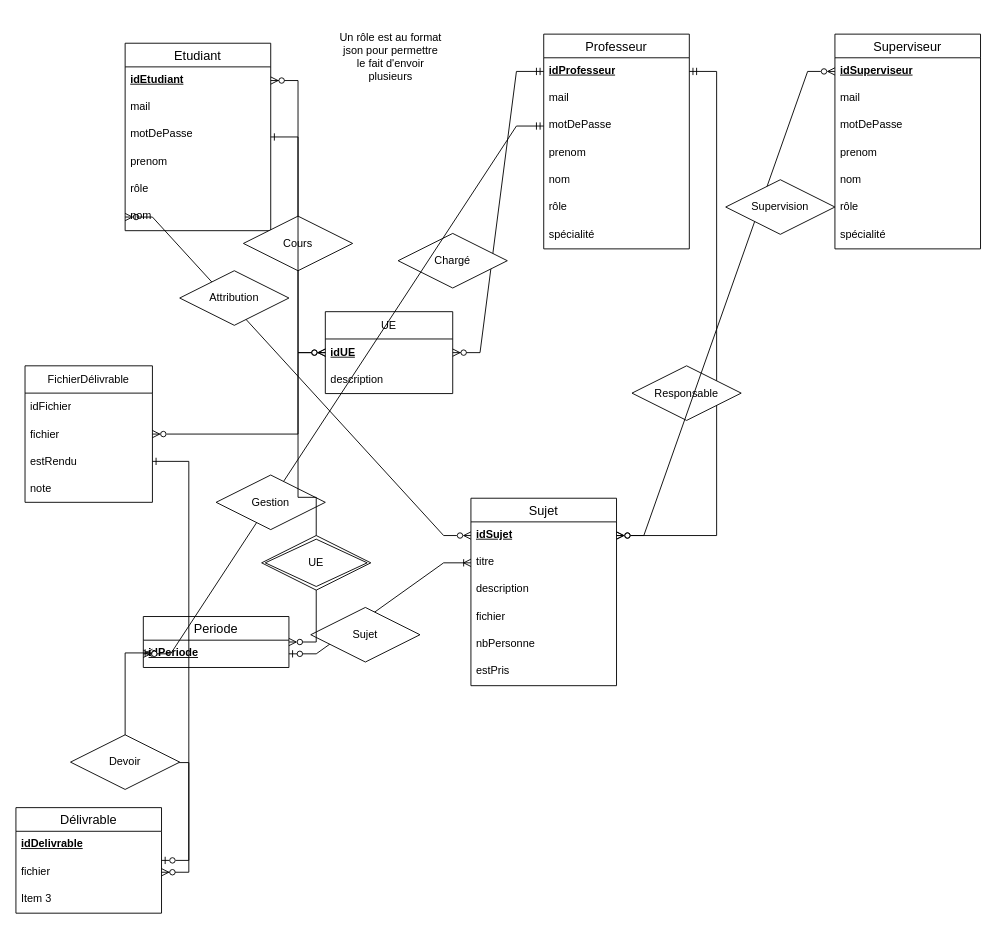
This is page "Schéma entité-relation" (2 of 2) of Docs/diagrammes/entiteRelationBD.drawio from Eragon6080/ProjetLogiciel2024, a draw.io file, before an edit. Source tidied: cells renumbered, new cells numbered last; positions are measured from the earlier drawing's top-left corner, leaving out a move shared by most shapes. Both pictures are drawn from the tidied source at 91%, with x=0, y=0 at pixel (15, 15).
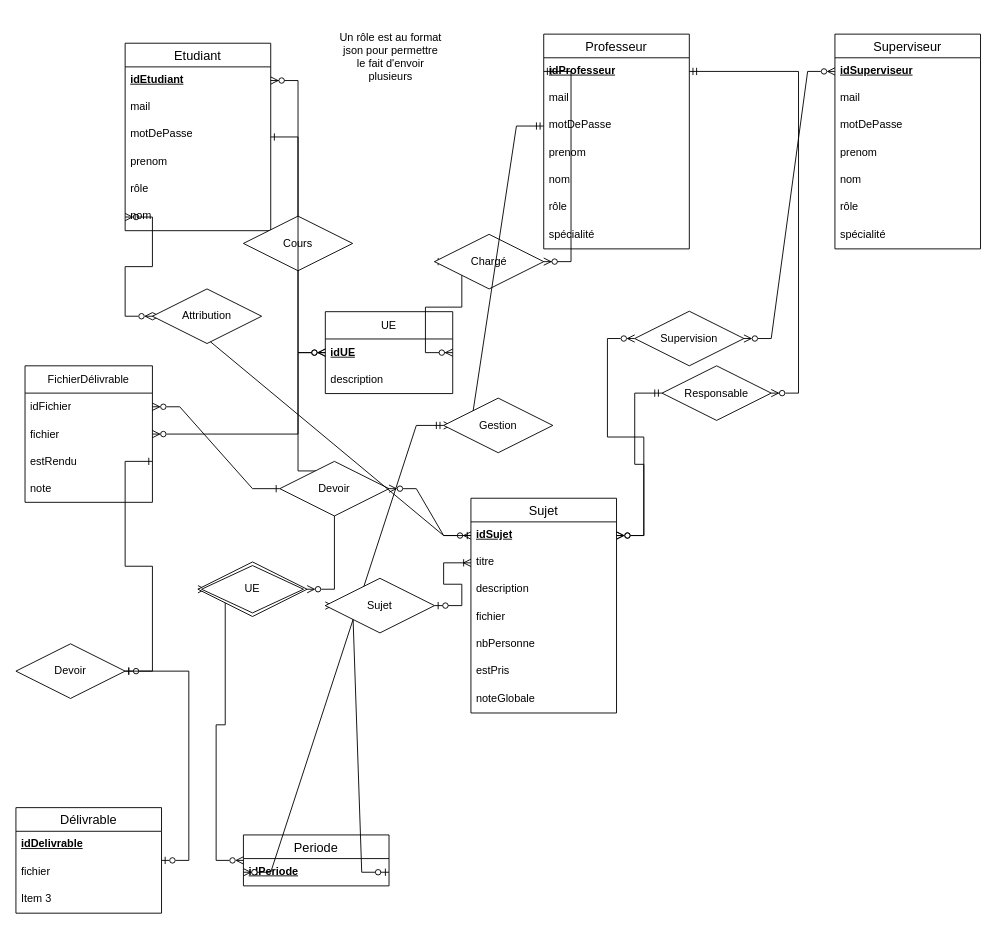
Above is the later version.

The change refers to these unchanged cells:
```xml
<mxCell id="8" value="nom" style="text;strokeColor=none;fillColor=none;spacingLeft=4;spacingRight=4;overflow=hidden;points=[[0,0.5],[1,0.5]];portConstraint=eastwest;fontSize=12;whiteSpace=wrap;html=1;" parent="2" vertex="1">
  <mxGeometry y="176" width="160" height="30" as="geometry" />
</mxCell>
<mxCell id="10" value="&lt;u&gt;&lt;b&gt;idProfesseur&lt;/b&gt;&lt;/u&gt;" style="text;strokeColor=none;fillColor=none;spacingLeft=4;spacingRight=4;overflow=hidden;points=[[0,0.5],[1,0.5]];portConstraint=eastwest;fontSize=12;whiteSpace=wrap;html=1;" parent="9" vertex="1">
  <mxGeometry y="26" width="160" height="30" as="geometry" />
</mxCell>
<mxCell id="12" value="motDePasse" style="text;strokeColor=none;fillColor=none;spacingLeft=4;spacingRight=4;overflow=hidden;points=[[0,0.5],[1,0.5]];portConstraint=eastwest;fontSize=12;whiteSpace=wrap;html=1;" parent="9" vertex="1">
  <mxGeometry y="86" width="160" height="30" as="geometry" />
</mxCell>
<mxCell id="18" value="idUE" style="text;strokeColor=none;fillColor=none;align=left;verticalAlign=middle;spacingLeft=4;spacingRight=4;overflow=hidden;points=[[0,0.5],[1,0.5]];portConstraint=eastwest;whiteSpace=wrap;html=1;fontStyle=5;" parent="17" vertex="1">
  <mxGeometry y="30" width="140" height="30" as="geometry" />
</mxCell>
<mxCell id="25" value="idSujet" style="text;strokeColor=none;fillColor=none;spacingLeft=4;spacingRight=4;overflow=hidden;points=[[0,0.5],[1,0.5]];portConstraint=eastwest;fontSize=12;whiteSpace=wrap;html=1;fontStyle=5;" parent="24" vertex="1">
  <mxGeometry y="26" width="160" height="30" as="geometry" />
</mxCell>
<mxCell id="26" value="titre" style="text;strokeColor=none;fillColor=none;spacingLeft=4;spacingRight=4;overflow=hidden;points=[[0,0.5],[1,0.5]];portConstraint=eastwest;fontSize=12;whiteSpace=wrap;html=1;" parent="24" vertex="1">
  <mxGeometry y="56" width="160" height="30" as="geometry" />
</mxCell>
<mxCell id="35" value="idPeriode" style="text;strokeColor=none;fillColor=none;spacingLeft=4;spacingRight=4;overflow=hidden;points=[[0,0.5],[1,0.5]];portConstraint=eastwest;fontSize=12;whiteSpace=wrap;html=1;fontStyle=5;" parent="34" vertex="1">
  <mxGeometry y="26" width="160" height="30" as="geometry" />
</mxCell>
<mxCell id="41" value="Délivrable" style="swimlane;fontStyle=0;horizontal=1;startSize=26;align=center;fontSize=14;" parent="1" vertex="1">
  <mxGeometry y="870" width="160" height="116" as="geometry" />
</mxCell>
<mxCell id="43" value="fichier" style="text;strokeColor=none;fillColor=none;spacingLeft=4;spacingRight=4;overflow=hidden;points=[[0,0.5],[1,0.5]];portConstraint=eastwest;fontSize=12;whiteSpace=wrap;html=1;" parent="41" vertex="1">
  <mxGeometry y="56" width="160" height="30" as="geometry" />
</mxCell>
<mxCell id="49" value="&lt;u&gt;&lt;b&gt;idSuperviseur&lt;/b&gt;&lt;/u&gt;" style="text;strokeColor=none;fillColor=none;spacingLeft=4;spacingRight=4;overflow=hidden;points=[[0,0.5],[1,0.5]];portConstraint=eastwest;fontSize=12;whiteSpace=wrap;html=1;" parent="48" vertex="1">
  <mxGeometry y="26" width="160" height="30" as="geometry" />
</mxCell>
<mxCell id="59" value="idFichier" style="text;strokeColor=none;fillColor=none;align=left;verticalAlign=middle;spacingLeft=4;spacingRight=4;overflow=hidden;points=[[0,0.5],[1,0.5]];portConstraint=eastwest;whiteSpace=wrap;html=1;" parent="58" vertex="1">
  <mxGeometry y="30" width="140" height="30" as="geometry" />
</mxCell>
<mxCell id="61" value="estRendu" style="text;strokeColor=none;fillColor=none;align=left;verticalAlign=middle;spacingLeft=4;spacingRight=4;overflow=hidden;points=[[0,0.5],[1,0.5]];portConstraint=eastwest;whiteSpace=wrap;html=1;" parent="58" vertex="1">
  <mxGeometry y="90" width="140" height="30" as="geometry" />
</mxCell>
```

Diff of the diagram source:
```diff
@@
-    <mxCell id="21" style="edgeStyle=entityRelationEdgeStyle;fontSize=12;html=1;endArrow=ERzeroToMany;startArrow=ERmandOne;rounded=0;entryX=1;entryY=0.5;entryDx=0;entryDy=0;exitX=0;exitY=0.5;exitDx=0;exitDy=0;" parent="1" edge="1" source="10" target="18">
+    <mxCell id="21" style="edgeStyle=entityRelationEdgeStyle;fontSize=12;html=1;endArrow=ERzeroToMany;startArrow=ERmandOne;rounded=0;entryX=1;entryY=0.5;entryDx=0;entryDy=0;exitX=0;exitY=0.5;exitDx=0;exitDy=0;" parent="1" edge="1" source="23" target="18">
       <mxGeometry relative="1" as="geometry" />
     </mxCell>
@@
-    <mxCell id="23" value="Chargé" style="shape=rhombus;perimeter=rhombusPerimeter;whiteSpace=wrap;html=1;align=center;" parent="1" vertex="1">
-      <mxGeometry x="420" y="239" width="120" height="60" as="geometry" />
-    </mxCell>
     <mxCell id="24" value="Sujet" style="swimlane;fontStyle=0;horizontal=1;startSize=26;align=center;fontSize=14;" parent="1" vertex="1">
-      <mxGeometry x="500" y="530" width="160" height="206" as="geometry" />
+      <mxGeometry x="500" y="530" width="160" height="236" as="geometry" />
     </mxCell>
@@
+    <mxCell id="67" value="noteGlobale" style="text;strokeColor=none;fillColor=none;spacingLeft=4;spacingRight=4;overflow=hidden;fontSize=12;whiteSpace=wrap;html=1;" parent="24" vertex="1">
+      <mxGeometry y="206" width="160" height="30" as="geometry" />
+    </mxCell>
-    <mxCell id="31" style="edgeStyle=entityRelationEdgeStyle;fontSize=12;html=1;endArrow=ERmandOne;endFill=0;startArrow=ERzeroToMany;rounded=0;startFill=0;" parent="1" edge="1" source="25" target="10">
+    <mxCell id="31" style="edgeStyle=entityRelationEdgeStyle;fontSize=12;html=1;endArrow=ERmandOne;endFill=0;startArrow=ERzeroToMany;rounded=0;startFill=0;" parent="1" edge="1" source="32" target="10">
       <mxGeometry relative="1" as="geometry" />
     </mxCell>
-    <mxCell id="32" value="Responsable" style="shape=rhombus;perimeter=rhombusPerimeter;whiteSpace=wrap;html=1;align=center;" parent="1" vertex="1">
-      <mxGeometry x="677" y="384.5" width="120" height="60" as="geometry" />
-    </mxCell>
-    <mxCell id="33" style="edgeStyle=entityRelationEdgeStyle;fontSize=12;html=1;endArrow=ERzeroToMany;startArrow=ERzeroToMany;rounded=0;exitX=0;exitY=0.5;exitDx=0;exitDy=0;entryX=0;entryY=0.5;entryDx=0;entryDy=0;startFill=0;endFill=0;" parent="1" edge="1" source="25" target="8">
+    <mxCell id="33" style="edgeStyle=entityRelationEdgeStyle;fontSize=12;html=1;endArrow=ERzeroToMany;startArrow=ERzeroToMany;rounded=0;exitX=0;exitY=0.5;exitDx=0;exitDy=0;entryX=0;entryY=0.5;entryDx=0;entryDy=0;startFill=0;endFill=0;" parent="1" edge="1" source="36" target="8">
       <mxGeometry relative="1" as="geometry">
         <Array as="points">
-          <mxPoint x="140" y="480" />
-          <mxPoint x="160" y="470" />
           <mxPoint x="180" y="470" />
         </Array>
       </mxGeometry>
     </mxCell>
     <mxCell id="34" value="Periode" style="swimlane;fontStyle=0;horizontal=1;startSize=26;align=center;fontSize=14;" parent="1" vertex="1">
-      <mxGeometry x="140" y="660" width="160" height="56" as="geometry" />
+      <mxGeometry x="250" y="900" width="160" height="56" as="geometry" />
     </mxCell>
@@
-    <mxCell id="36" value="Attribution" style="shape=rhombus;perimeter=rhombusPerimeter;whiteSpace=wrap;html=1;align=center;" parent="1" vertex="1">
-      <mxGeometry x="180" y="280" width="120" height="60" as="geometry" />
-    </mxCell>
-    <mxCell id="37" style="edgeStyle=entityRelationEdgeStyle;fontSize=12;html=1;endArrow=ERoneToMany;startArrow=ERzeroToOne;rounded=0;entryX=0;entryY=0.5;entryDx=0;entryDy=0;exitX=1;exitY=0.5;exitDx=0;exitDy=0;" parent="1" edge="1" source="35" target="26">
+    <mxCell id="37" style="edgeStyle=entityRelationEdgeStyle;fontSize=12;html=1;endArrow=ERoneToMany;startArrow=ERzeroToOne;rounded=0;entryX=0;entryY=0.5;entryDx=0;entryDy=0;exitX=1;exitY=0.5;exitDx=0;exitDy=0;" parent="1" edge="1" source="38" target="26">
       <mxGeometry relative="1" as="geometry" />
     </mxCell>
-    <mxCell id="38" value="Sujet" style="shape=rhombus;perimeter=rhombusPerimeter;whiteSpace=wrap;html=1;align=center;" parent="1" vertex="1">
-      <mxGeometry x="324" y="650" width="120" height="60" as="geometry" />
-    </mxCell>
-    <mxCell id="39" style="edgeStyle=entityRelationEdgeStyle;fontSize=12;html=1;endArrow=ERzeroToMany;startArrow=ERmandOne;rounded=0;exitX=0;exitY=0.5;exitDx=0;exitDy=0;entryX=0;entryY=0.5;entryDx=0;entryDy=0;" parent="1" edge="1" source="12" target="35">
+    <mxCell id="39" style="edgeStyle=entityRelationEdgeStyle;fontSize=12;html=1;endArrow=ERzeroToMany;startArrow=ERmandOne;rounded=0;exitX=0;exitY=0.5;exitDx=0;exitDy=0;entryX=0;entryY=0.5;entryDx=0;entryDy=0;" parent="1" edge="1" source="40" target="35">
       <mxGeometry relative="1" as="geometry">
         <Array as="points">
           <mxPoint x="560" y="450" />
           <mxPoint x="590" y="450" />
         </Array>
       </mxGeometry>
     </mxCell>
-    <mxCell id="40" value="Gestion" style="shape=rhombus;perimeter=rhombusPerimeter;whiteSpace=wrap;html=1;align=center;" parent="1" vertex="1">
-      <mxGeometry x="220" y="504.5" width="120" height="60" as="geometry" />
-    </mxCell>
@@
-    <mxCell id="45" style="edgeStyle=entityRelationEdgeStyle;fontSize=12;html=1;endArrow=ERoneToMany;startArrow=ERzeroToMany;rounded=0;exitX=1;exitY=0.5;exitDx=0;exitDy=0;" parent="1" edge="1" source="43">
-      <mxGeometry relative="1" as="geometry">
-        <mxPoint x="150" y="700" as="targetPoint" />
-      </mxGeometry>
-    </mxCell>
-    <mxCell id="46" value="Devoir" style="shape=rhombus;perimeter=rhombusPerimeter;whiteSpace=wrap;html=1;align=center;" parent="1" vertex="1">
-      <mxGeometry x="60" y="790" width="120" height="60" as="geometry" />
-    </mxCell>
@@
-    <mxCell id="56" style="edgeStyle=entityRelationEdgeStyle;fontSize=12;html=1;endArrow=ERzeroToMany;endFill=0;startArrow=ERzeroToMany;rounded=0;startFill=0;" parent="1" edge="1" source="25" target="49">
+    <mxCell id="56" style="edgeStyle=entityRelationEdgeStyle;fontSize=12;html=1;endArrow=ERzeroToMany;endFill=0;startArrow=ERzeroToMany;rounded=0;startFill=0;" parent="1" edge="1" source="57" target="49">
       <mxGeometry relative="1" as="geometry" />
     </mxCell>
-    <mxCell id="57" value="Supervision" style="shape=rhombus;perimeter=rhombusPerimeter;whiteSpace=wrap;html=1;align=center;" parent="1" vertex="1">
-      <mxGeometry x="780" y="180" width="120" height="60" as="geometry" />
-    </mxCell>
@@
-    <mxCell id="64" style="edgeStyle=entityRelationEdgeStyle;fontSize=12;html=1;endArrow=ERone;endFill=0;rounded=0;startArrow=ERzeroToOne;startFill=0;entryX=1;entryY=0.5;entryDx=0;entryDy=0;" parent="1" edge="1" source="41" target="61">
+    <mxCell id="64" style="edgeStyle=entityRelationEdgeStyle;fontSize=12;html=1;endArrow=ERone;endFill=0;rounded=0;startArrow=ERzeroToOne;startFill=0;entryX=1;entryY=0.5;entryDx=0;entryDy=0;" parent="1" edge="1" source="46" target="61">
       <mxGeometry relative="1" as="geometry" />
     </mxCell>
-    <mxCell id="65" style="edgeStyle=entityRelationEdgeStyle;fontSize=12;html=1;endArrow=ERzeroToMany;endFill=0;rounded=0;entryX=0;entryY=0.5;entryDx=0;entryDy=0;startArrow=ERzeroToMany;startFill=0;" parent="1" edge="1" source="34" target="18">
+    <mxCell id="65" style="edgeStyle=entityRelationEdgeStyle;fontSize=12;html=1;endArrow=ERzeroToMany;endFill=0;rounded=0;entryX=0;entryY=0.5;entryDx=0;entryDy=0;startArrow=ERzeroToMany;startFill=0;" parent="1" edge="1" source="66" target="18">
       <mxGeometry relative="1" as="geometry" />
     </mxCell>
+    <mxCell id="68" style="edgeStyle=entityRelationEdgeStyle;fontSize=12;html=1;endArrow=ERone;endFill=0;rounded=0;entryX=0;entryY=0.5;entryDx=0;entryDy=0;startArrow=ERzeroToMany;startFill=0;" parent="1" edge="1" source="76" target="25">
+      <mxGeometry relative="1" as="geometry" />
+    </mxCell>
+    <mxCell id="69" style="edgeStyle=entityRelationEdgeStyle;fontSize=12;html=1;endArrow=ERzeroToMany;startArrow=ERmandOne;rounded=0;entryX=1;entryY=0.5;entryDx=0;entryDy=0;exitX=0;exitY=0.5;exitDx=0;exitDy=0;" parent="1" edge="1" source="10" target="23">
+      <mxGeometry relative="1" as="geometry" />
+    </mxCell>
+    <mxCell id="23" value="Chargé" style="shape=rhombus;perimeter=rhombusPerimeter;whiteSpace=wrap;html=1;align=center;" parent="1" vertex="1">
+      <mxGeometry x="460" y="240" width="120" height="60" as="geometry" />
+    </mxCell>
+    <mxCell id="70" style="edgeStyle=entityRelationEdgeStyle;fontSize=12;html=1;endArrow=ERzeroToMany;endFill=0;startArrow=ERzeroToMany;rounded=0;startFill=0;" parent="1" edge="1" source="25" target="57">
+      <mxGeometry relative="1" as="geometry" />
+    </mxCell>
+    <mxCell id="57" value="Supervision" style="shape=rhombus;perimeter=rhombusPerimeter;whiteSpace=wrap;html=1;align=center;" parent="1" vertex="1">
+      <mxGeometry x="680" y="324.5" width="120" height="60" as="geometry" />
+    </mxCell>
+    <mxCell id="71" style="edgeStyle=entityRelationEdgeStyle;fontSize=12;html=1;endArrow=ERmandOne;endFill=0;startArrow=ERzeroToMany;rounded=0;startFill=0;" parent="1" edge="1" source="25" target="32">
+      <mxGeometry relative="1" as="geometry" />
+    </mxCell>
+    <mxCell id="32" value="Responsable" style="shape=rhombus;perimeter=rhombusPerimeter;whiteSpace=wrap;html=1;align=center;" parent="1" vertex="1">
+      <mxGeometry x="710" y="384.5" width="120" height="60" as="geometry" />
+    </mxCell>
+    <mxCell id="72" style="edgeStyle=entityRelationEdgeStyle;fontSize=12;html=1;endArrow=ERzeroToMany;startArrow=ERmandOne;rounded=0;exitX=0;exitY=0.5;exitDx=0;exitDy=0;entryX=0;entryY=0.5;entryDx=0;entryDy=0;" parent="1" edge="1" source="12" target="40">
+      <mxGeometry relative="1" as="geometry" />
+    </mxCell>
+    <mxCell id="40" value="Gestion" style="shape=rhombus;perimeter=rhombusPerimeter;whiteSpace=wrap;html=1;align=center;" parent="1" vertex="1">
+      <mxGeometry x="470" y="420" width="120" height="60" as="geometry" />
+    </mxCell>
+    <mxCell id="73" style="edgeStyle=entityRelationEdgeStyle;fontSize=12;html=1;endArrow=ERoneToMany;startArrow=ERzeroToOne;rounded=0;entryX=0;entryY=0.5;entryDx=0;entryDy=0;exitX=1;exitY=0.5;exitDx=0;exitDy=0;" parent="1" edge="1" source="35" target="38">
+      <mxGeometry relative="1" as="geometry" />
+    </mxCell>
+    <mxCell id="38" value="Sujet" style="shape=rhombus;perimeter=rhombusPerimeter;whiteSpace=wrap;html=1;align=center;" parent="1" vertex="1">
+      <mxGeometry x="340" y="618" width="120" height="60" as="geometry" />
+    </mxCell>
+    <mxCell id="74" style="edgeStyle=entityRelationEdgeStyle;fontSize=12;html=1;endArrow=ERzeroToMany;endFill=0;rounded=0;entryX=0;entryY=0.5;entryDx=0;entryDy=0;startArrow=ERzeroToMany;startFill=0;" parent="1" edge="1" source="34" target="66">
+      <mxGeometry relative="1" as="geometry" />
+    </mxCell>
     <mxCell id="66" value="UE" style="shape=rhombus;double=1;perimeter=rhombusPerimeter;whiteSpace=wrap;html=1;align=center;" parent="1" vertex="1">
-      <mxGeometry x="270" y="571" width="120" height="60" as="geometry" />
+      <mxGeometry x="200" y="600" width="120" height="60" as="geometry" />
     </mxCell>
+    <mxCell id="75" style="edgeStyle=entityRelationEdgeStyle;fontSize=12;html=1;endArrow=ERone;endFill=0;rounded=0;entryX=0;entryY=0.5;entryDx=0;entryDy=0;startArrow=ERzeroToMany;startFill=0;" parent="1" edge="1" source="59" target="76">
+      <mxGeometry relative="1" as="geometry" />
+    </mxCell>
+    <mxCell id="76" value="Devoir" style="shape=rhombus;perimeter=rhombusPerimeter;whiteSpace=wrap;html=1;align=center;" parent="1" vertex="1">
+      <mxGeometry x="290" y="489.5" width="120" height="60" as="geometry" />
+    </mxCell>
+    <mxCell id="77" style="edgeStyle=entityRelationEdgeStyle;fontSize=12;html=1;endArrow=ERzeroToMany;startArrow=ERzeroToMany;rounded=0;exitX=0;exitY=0.5;exitDx=0;exitDy=0;entryX=0;entryY=0.5;entryDx=0;entryDy=0;startFill=0;endFill=0;" parent="1" edge="1" source="25" target="36">
+      <mxGeometry relative="1" as="geometry">
+        <Array as="points">
+          <mxPoint x="140" y="480" />
+          <mxPoint x="160" y="470" />
+        </Array>
+      </mxGeometry>
+    </mxCell>
+    <mxCell id="36" value="Attribution" style="shape=rhombus;perimeter=rhombusPerimeter;whiteSpace=wrap;html=1;align=center;" parent="1" vertex="1">
+      <mxGeometry x="150" y="300" width="120" height="60" as="geometry" />
+    </mxCell>
+    <mxCell id="78" style="edgeStyle=entityRelationEdgeStyle;fontSize=12;html=1;endArrow=ERone;endFill=0;rounded=0;startArrow=ERzeroToOne;startFill=0;entryX=1;entryY=0.5;entryDx=0;entryDy=0;" parent="1" edge="1" source="41" target="46">
+      <mxGeometry relative="1" as="geometry" />
+    </mxCell>
+    <mxCell id="46" value="Devoir" style="shape=rhombus;perimeter=rhombusPerimeter;whiteSpace=wrap;html=1;align=center;" parent="1" vertex="1">
+      <mxGeometry y="690" width="120" height="60" as="geometry" />
+    </mxCell>
```
